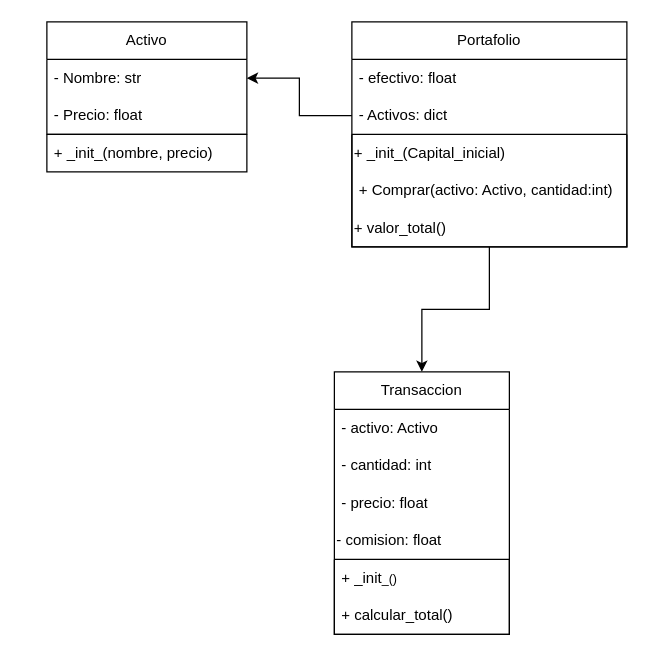
juanfeolguin123-cmyk/portafolio-de-inversion keeps this draw.io diagram as Diagrama sin título.drawio. Above is the earlier version. Source tidied: cells renumbered, new cells numbered last; positions are measured from the earlier drawing's top-left corner, leaving out a move shared by most shapes. Both pictures are drawn from the tidied source at 125%, with x=0, y=0 at pixel (46, 21).
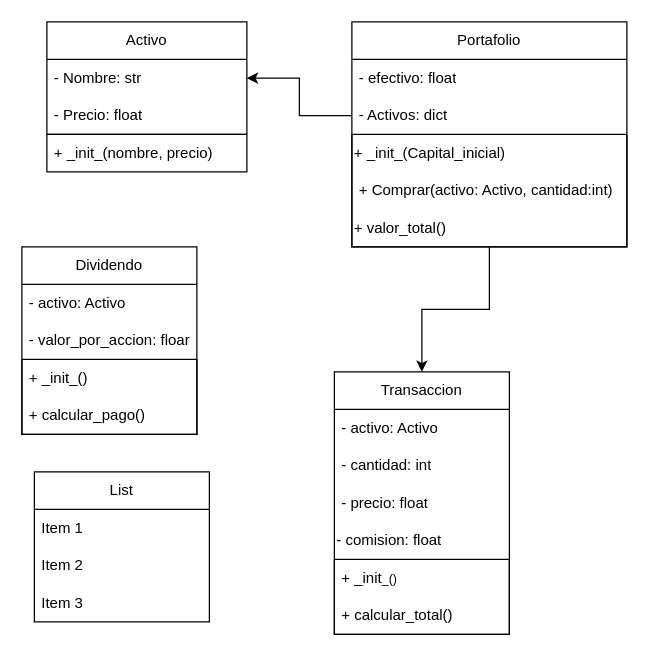
The same page after the edit.

What changed in the source:
```diff
@@
+    <mxCell id="25" value="Dividendo" style="swimlane;fontStyle=0;horizontal=1;startSize=30;whiteSpace=wrap;html=1;" parent="1" vertex="1">
+      <mxGeometry x="-20" y="180" width="140" height="150" as="geometry" />
+    </mxCell>
+    <mxCell id="26" value="- activo: Activo" style="text;strokeColor=none;fillColor=none;align=left;verticalAlign=middle;spacingLeft=4;spacingRight=4;overflow=hidden;whiteSpace=wrap;html=1;" parent="25" vertex="1">
+      <mxGeometry y="30" width="140" height="30" as="geometry" />
+    </mxCell>
+    <mxCell id="27" value="- valor_por_accion: floar" style="text;strokeColor=none;fillColor=none;align=left;verticalAlign=middle;spacingLeft=4;spacingRight=4;overflow=hidden;whiteSpace=wrap;html=1;" parent="25" vertex="1">
+      <mxGeometry y="60" width="140" height="30" as="geometry" />
+    </mxCell>
+    <mxCell id="28" style="swimlane;fontStyle=0;horizontal=1;startSize=0;whiteSpace=wrap;html=1;" parent="25" vertex="1">
+      <mxGeometry y="90" width="140" height="60" as="geometry" />
+    </mxCell>
+    <mxCell id="29" value="+ _init_()" style="text;strokeColor=none;fillColor=none;align=left;verticalAlign=middle;spacingLeft=4;spacingRight=4;overflow=hidden;whiteSpace=wrap;html=1;" parent="28" vertex="1">
+      <mxGeometry width="140" height="30" as="geometry" />
+    </mxCell>
+    <mxCell id="30" value="+ calcular_pago()" style="text;strokeColor=none;fillColor=none;align=left;verticalAlign=middle;spacingLeft=4;spacingRight=4;overflow=hidden;whiteSpace=wrap;html=1;" parent="28" vertex="1">
+      <mxGeometry y="30" width="140" height="30" as="geometry" />
+    </mxCell>
+    <mxCell id="31" value="List" style="swimlane;fontStyle=0;horizontal=1;startSize=30;whiteSpace=wrap;html=1;" parent="1" vertex="1">
+      <mxGeometry x="-10" y="360" width="140" height="120" as="geometry" />
+    </mxCell>
+    <mxCell id="32" value="Item 1" style="text;strokeColor=none;fillColor=none;align=left;verticalAlign=middle;spacingLeft=4;spacingRight=4;overflow=hidden;whiteSpace=wrap;html=1;" parent="31" vertex="1">
+      <mxGeometry y="30" width="140" height="30" as="geometry" />
+    </mxCell>
+    <mxCell id="33" value="Item 2" style="text;strokeColor=none;fillColor=none;align=left;verticalAlign=middle;spacingLeft=4;spacingRight=4;overflow=hidden;whiteSpace=wrap;html=1;" parent="31" vertex="1">
+      <mxGeometry y="60" width="140" height="30" as="geometry" />
+    </mxCell>
+    <mxCell id="34" value="Item 3" style="text;strokeColor=none;fillColor=none;align=left;verticalAlign=middle;spacingLeft=4;spacingRight=4;overflow=hidden;whiteSpace=wrap;html=1;" parent="31" vertex="1">
+      <mxGeometry y="90" width="140" height="30" as="geometry" />
+    </mxCell>
```
